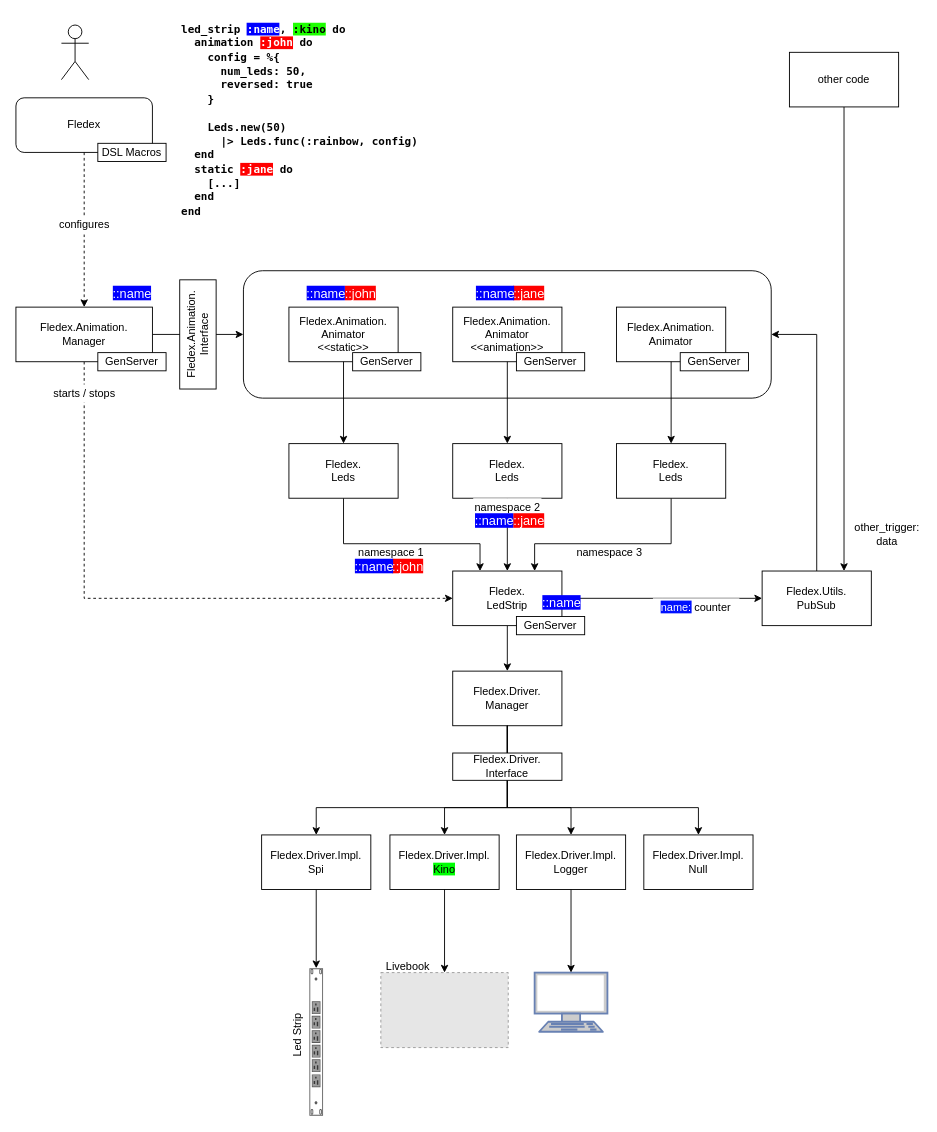
Before: docs/architecture.drawio in a-maze-d/fledex, a draw.io diagram. Source tidied: cells renumbered, new cells numbered last; positions are measured from the earlier drawing's top-left corner, leaving out a move shared by most shapes. Both pictures are drawn from the tidied source at 91%, with x=0, y=0 at pixel (15, 25). Pictures stored in the file or linked from it are replaced by grey dashed boxes.
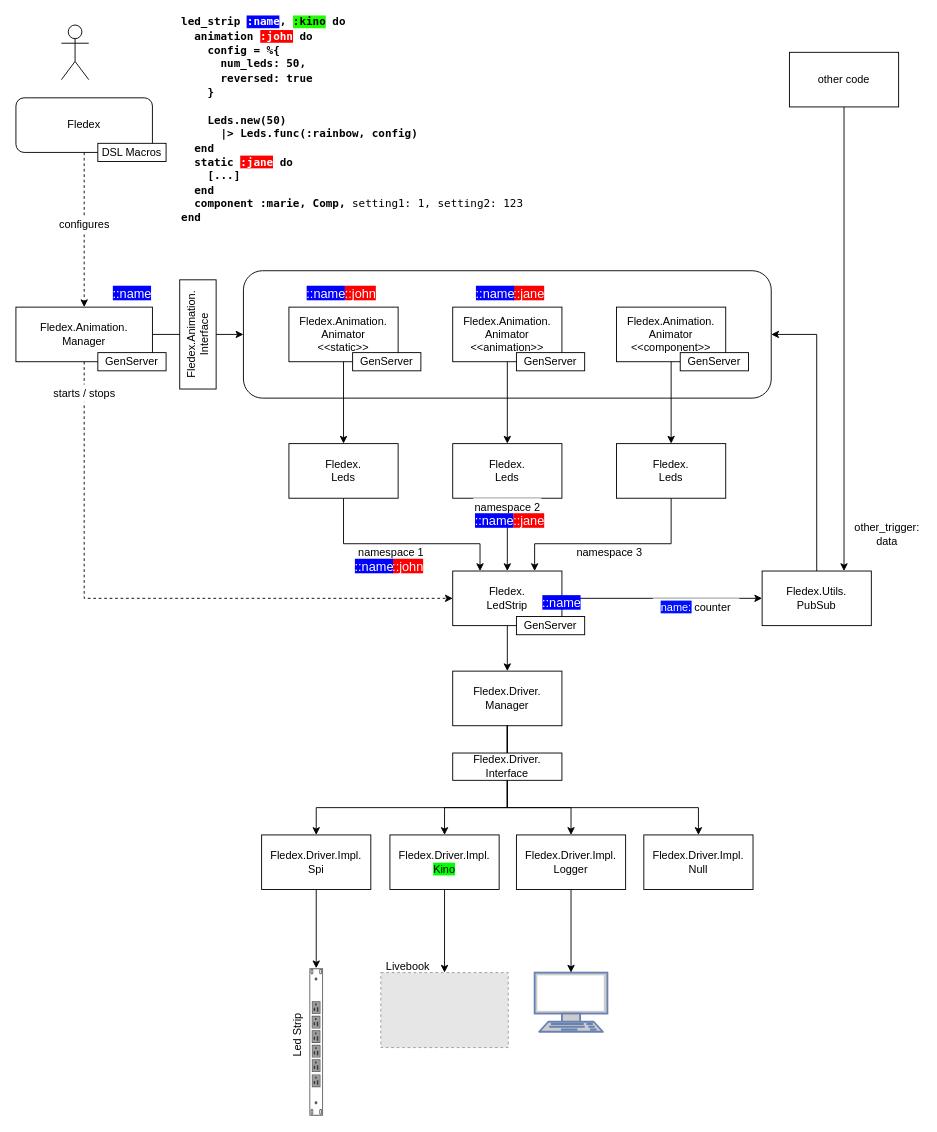
The same page after the edit.

Unchanged cells that the change refers to:
```xml
<mxCell id="43" style="group;" parent="1" vertex="1">
  <mxGeometry x="660" y="310" width="145" height="70" as="geometry" />
</mxCell>
```

The edit, as a diff of the source:
```diff
@@
-    <mxCell id="44" value="Fledex.Animation.&lt;br&gt;Animator" style="rounded=0;whiteSpace=wrap;html=1;labelBackgroundColor=none;fontColor=#000000;" parent="43" vertex="1">
+    <mxCell id="44" value="Fledex.Animation.&lt;br&gt;Animator&lt;br&gt;&amp;lt;&amp;lt;component&amp;gt;&amp;gt;" style="rounded=0;whiteSpace=wrap;html=1;labelBackgroundColor=none;fontColor=#000000;" parent="43" vertex="1">
       <mxGeometry width="120" height="60" as="geometry" />
     </mxCell>
@@
-    <mxCell id="54" value="&lt;div style=&quot;font-family: JetBrains, &amp;quot;Droid Sans Mono&amp;quot;, &amp;quot;monospace&amp;quot;, monospace, &amp;quot;Droid Sans Mono&amp;quot;, &amp;quot;monospace&amp;quot;, monospace; line-height: 128%;&quot;&gt;&lt;div style=&quot;line-height: 128%;&quot;&gt;&lt;b&gt;led_strip &lt;span style=&quot;background-color: rgb(0, 0, 255);&quot;&gt;&lt;font style=&quot;font-size: 12px;&quot; color=&quot;#ffffff&quot;&gt;:name&lt;/font&gt;&lt;/span&gt;, &lt;span style=&quot;background-color: rgb(30, 255, 0);&quot;&gt;:kino&lt;/span&gt; do&lt;/b&gt;&lt;/div&gt;&lt;div style=&quot;line-height: 128%;&quot;&gt;&lt;b&gt;&amp;nbsp; animation&amp;nbsp;&lt;span style=&quot;background-color: rgb(255, 0, 0);&quot;&gt;&lt;font style=&quot;font-size: 12px;&quot; color=&quot;#ffffff&quot;&gt;:john&lt;/font&gt;&lt;/span&gt;&amp;nbsp;do&lt;/b&gt;&lt;/div&gt;&lt;div style=&quot;line-height: 128%;&quot;&gt;&lt;b&gt;&amp;nbsp; &amp;nbsp; config = %{&lt;/b&gt;&lt;/div&gt;&lt;div style=&quot;line-height: 128%;&quot;&gt;&lt;b&gt;&amp;nbsp; &amp;nbsp; &amp;nbsp; num_leds: 50,&lt;/b&gt;&lt;/div&gt;&lt;div style=&quot;line-height: 128%;&quot;&gt;&lt;b&gt;&amp;nbsp; &amp;nbsp; &amp;nbsp; reversed: true&lt;/b&gt;&lt;/div&gt;&lt;div style=&quot;line-height: 128%;&quot;&gt;&lt;b&gt;&amp;nbsp; &amp;nbsp; }&lt;/b&gt;&lt;/div&gt;&lt;b&gt;&lt;br&gt;&lt;/b&gt;&lt;div style=&quot;line-height: 128%;&quot;&gt;&lt;b&gt;&amp;nbsp; &amp;nbsp; Leds.new(50)&lt;/b&gt;&lt;/div&gt;&lt;div style=&quot;line-height: 128%;&quot;&gt;&lt;b&gt;&amp;nbsp; &amp;nbsp; &amp;nbsp; |&amp;gt; Leds.func(:rainbow, config)&lt;/b&gt;&lt;/div&gt;&lt;div style=&quot;line-height: 128%;&quot;&gt;&lt;b&gt;&amp;nbsp; end&lt;/b&gt;&lt;/div&gt;&lt;div style=&quot;line-height: 128%;&quot;&gt;&amp;nbsp; &lt;b&gt;static&amp;nbsp;&lt;font style=&quot;background-color: rgb(255, 0, 0); font-size: 12px;&quot; color=&quot;#ffffff&quot;&gt;:jane&lt;/font&gt; do&lt;/b&gt;&lt;/div&gt;&lt;div style=&quot;line-height: 128%;&quot;&gt;&lt;b&gt;&amp;nbsp; &amp;nbsp; [...]&lt;/b&gt;&lt;/div&gt;&lt;div style=&quot;line-height: 128%;&quot;&gt;&lt;b&gt;&amp;nbsp; end&lt;/b&gt;&lt;/div&gt;&lt;div style=&quot;line-height: 128%;&quot;&gt;&lt;b&gt;      end&lt;/b&gt;&lt;/div&gt;&lt;/div&gt;" style="text;html=1;strokeColor=none;fillColor=none;align=left;verticalAlign=middle;whiteSpace=wrap;rounded=0;fontColor=#000000;labelBackgroundColor=default;" parent="1" vertex="1">
-      <mxGeometry x="180" width="305" height="210" as="geometry" />
+    <mxCell id="54" value="&lt;div style=&quot;font-family: JetBrains, &amp;quot;Droid Sans Mono&amp;quot;, &amp;quot;monospace&amp;quot;, monospace, &amp;quot;Droid Sans Mono&amp;quot;, &amp;quot;monospace&amp;quot;, monospace; line-height: 128%;&quot;&gt;&lt;div style=&quot;line-height: 128%;&quot;&gt;&lt;b&gt;led_strip &lt;span style=&quot;background-color: rgb(0, 0, 255);&quot;&gt;&lt;font style=&quot;font-size: 12px;&quot; color=&quot;#ffffff&quot;&gt;:name&lt;/font&gt;&lt;/span&gt;, &lt;span style=&quot;background-color: rgb(30, 255, 0);&quot;&gt;:kino&lt;/span&gt; do&lt;/b&gt;&lt;/div&gt;&lt;div style=&quot;line-height: 128%;&quot;&gt;&lt;b&gt;&amp;nbsp; animation&amp;nbsp;&lt;span style=&quot;background-color: rgb(255, 0, 0);&quot;&gt;&lt;font style=&quot;font-size: 12px;&quot; color=&quot;#ffffff&quot;&gt;:john&lt;/font&gt;&lt;/span&gt;&amp;nbsp;do&lt;/b&gt;&lt;/div&gt;&lt;div style=&quot;line-height: 128%;&quot;&gt;&lt;b&gt;&amp;nbsp; &amp;nbsp; config = %{&lt;/b&gt;&lt;/div&gt;&lt;div style=&quot;line-height: 128%;&quot;&gt;&lt;b&gt;&amp;nbsp; &amp;nbsp; &amp;nbsp; num_leds: 50,&lt;/b&gt;&lt;/div&gt;&lt;div style=&quot;line-height: 128%;&quot;&gt;&lt;b&gt;&amp;nbsp; &amp;nbsp; &amp;nbsp; reversed: true&lt;/b&gt;&lt;/div&gt;&lt;div style=&quot;line-height: 128%;&quot;&gt;&lt;b&gt;&amp;nbsp; &amp;nbsp; }&lt;/b&gt;&lt;/div&gt;&lt;b&gt;&lt;br&gt;&lt;/b&gt;&lt;div style=&quot;line-height: 128%;&quot;&gt;&lt;b&gt;&amp;nbsp; &amp;nbsp; Leds.new(50)&lt;/b&gt;&lt;/div&gt;&lt;div style=&quot;line-height: 128%;&quot;&gt;&lt;b&gt;&amp;nbsp; &amp;nbsp; &amp;nbsp; |&amp;gt; Leds.func(:rainbow, config)&lt;/b&gt;&lt;/div&gt;&lt;div style=&quot;line-height: 128%;&quot;&gt;&lt;b&gt;&amp;nbsp; end&lt;/b&gt;&lt;/div&gt;&lt;div style=&quot;line-height: 128%;&quot;&gt;&amp;nbsp; &lt;b&gt;static&amp;nbsp;&lt;font style=&quot;background-color: rgb(255, 0, 0); font-size: 12px;&quot; color=&quot;#ffffff&quot;&gt;:jane&lt;/font&gt; do&lt;/b&gt;&lt;/div&gt;&lt;div style=&quot;line-height: 128%;&quot;&gt;&lt;b&gt;&amp;nbsp; &amp;nbsp; [...]&lt;/b&gt;&lt;/div&gt;&lt;div style=&quot;line-height: 128%;&quot;&gt;&lt;b&gt;&amp;nbsp; end&lt;/b&gt;&lt;/div&gt;&lt;div style=&quot;line-height: 128%;&quot;&gt;&lt;b&gt;&amp;nbsp; component :marie, Comp,&amp;nbsp;&lt;/b&gt;setting1: 1,&amp;nbsp;setting2: 123&lt;/div&gt;&lt;div style=&quot;line-height: 128%;&quot;&gt;&lt;b&gt;      end&lt;/b&gt;&lt;/div&gt;&lt;/div&gt;" style="text;html=1;strokeColor=none;fillColor=none;align=left;verticalAlign=middle;whiteSpace=wrap;rounded=0;fontColor=#000000;labelBackgroundColor=default;" parent="1" vertex="1">
+      <mxGeometry x="180" width="530" height="210" as="geometry" />
     </mxCell>
```
